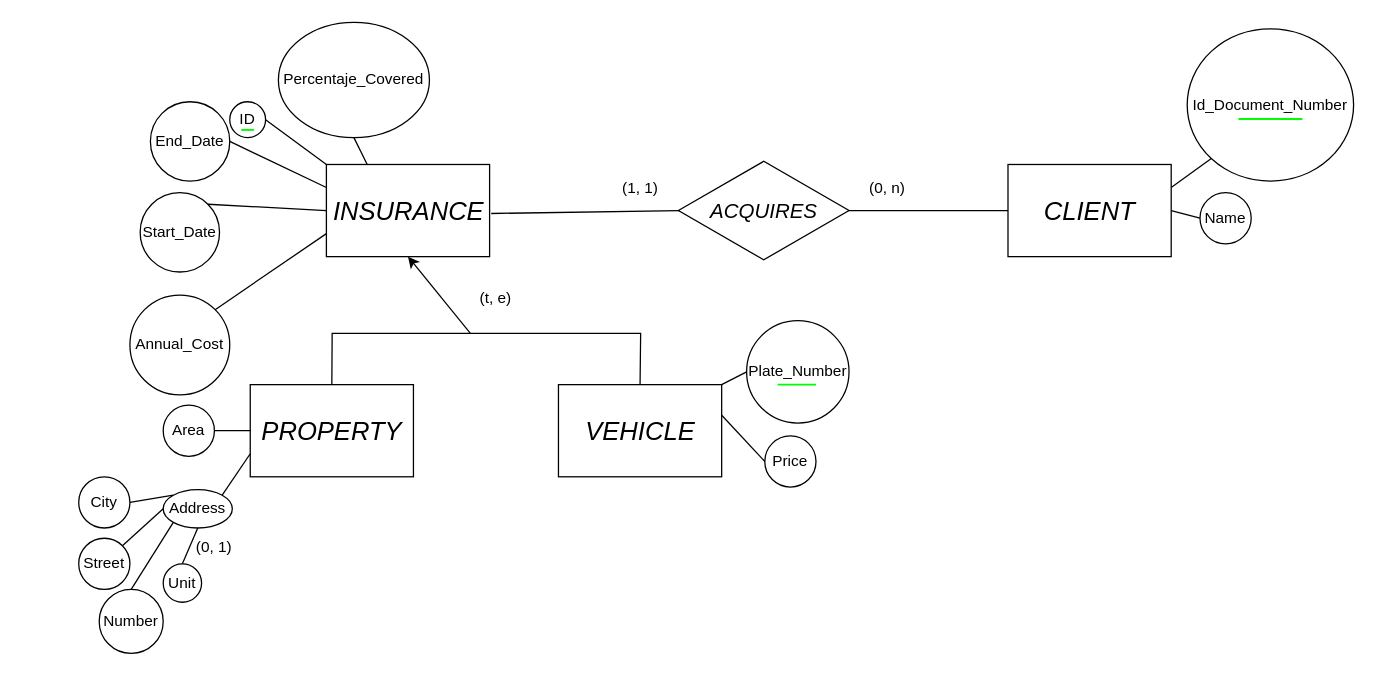
Before: Diseño de Bases de Datos Relacionales con MySQL/02 Diseño Conceptual/4to Ejercicio/Ejercicio4.drawio in D4nitrix13/DatabaseGuide, a draw.io diagram. Source tidied: cells renumbered, new cells numbered last; positions are measured from the earlier drawing's top-left corner, leaving out a move shared by most shapes. Both pictures are drawn from the tidied source at 128%, with x=0, y=0 at pixel (78, 22).
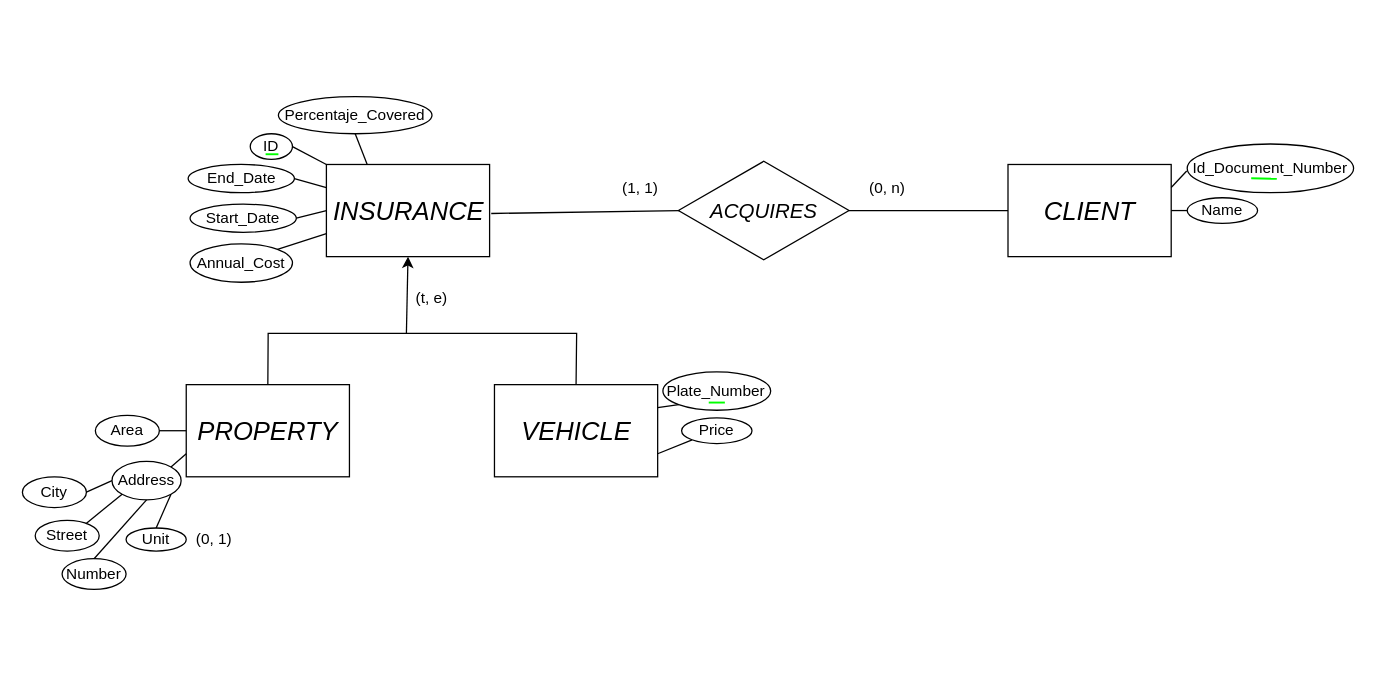
After the change.

The change refers to these unchanged cells:
```xml
<mxCell id="3" value="&lt;span style=&quot;font-size: 20px;&quot;&gt;&lt;i&gt;INSURANCE&lt;/i&gt;&lt;/span&gt;" style="rounded=0;whiteSpace=wrap;html=1;fillColor=none;align=center;" parent="1" vertex="1">
  <mxGeometry x="193.5" y="111" width="127.5" height="72" as="geometry" />
</mxCell>
<mxCell id="11" value="&lt;span style=&quot;font-size: 20px;&quot;&gt;&lt;i&gt;CLIENT&lt;/i&gt;&lt;/span&gt;" style="rounded=0;whiteSpace=wrap;html=1;fillColor=none;align=center;" parent="1" vertex="1">
  <mxGeometry x="726" y="111" width="127.5" height="72" as="geometry" />
</mxCell>
```

What changed in the source:
```diff
@@
-    <mxCell id="2" value="Id_Document_Number" style="ellipse;whiteSpace=wrap;html=1;fillColor=none;" parent="1" vertex="1">
-      <mxGeometry x="866" y="5" width="130" height="119" as="geometry" />
-    </mxCell>
+    <mxCell id="31" value="Plate_Number" style="ellipse;whiteSpace=wrap;html=1;fillColor=none;" parent="1" vertex="1">
+      <mxGeometry x="456.4" y="273" width="84.2" height="30" as="geometry" />
+    </mxCell>
@@
     <mxCell id="7" style="endArrow=none;html=1;rounded=0;strokeWidth=1.5;strokeColor=#00ff00;" parent="1" edge="1">
       <mxGeometry relative="1" as="geometry">
-        <mxPoint x="906" y="75.5" as="sourcePoint" />
-        <mxPoint x="956" y="75.5" as="targetPoint" />
+        <mxPoint x="916" y="121.8" as="sourcePoint" />
+        <mxPoint x="936" y="122.2" as="targetPoint" />
       </mxGeometry>
     </mxCell>
@@
     <mxCell id="9" style="endArrow=none;html=1;rounded=0;strokeWidth=1.5;strokeColor=#00ff00;jumpSize=6;endSize=6;" parent="1" edge="1">
       <mxGeometry relative="1" as="geometry">
-        <mxPoint x="127" y="84" as="sourcePoint" />
-        <mxPoint x="137" y="84" as="targetPoint" />
+        <mxPoint x="146" y="103" as="sourcePoint" />
+        <mxPoint x="156" y="103" as="targetPoint" />
       </mxGeometry>
     </mxCell>
-    <mxCell id="10" value="Percentaje_Covered" style="ellipse;whiteSpace=wrap;html=1;fillColor=none;" parent="1" vertex="1">
-      <mxGeometry x="156" width="118" height="90" as="geometry" />
-    </mxCell>
@@
-    <mxCell id="14" value="Name" style="ellipse;whiteSpace=wrap;html=1;fillColor=none;" parent="1" vertex="1">
-      <mxGeometry x="876" y="133" width="40" height="40" as="geometry" />
-    </mxCell>
-    <mxCell id="15" value="ID" style="ellipse;whiteSpace=wrap;html=1;fillColor=none;" parent="1" vertex="1">
-      <mxGeometry x="118" y="62" width="28" height="28" as="geometry" />
-    </mxCell>
-    <mxCell id="16" value="End_Date" style="ellipse;whiteSpace=wrap;html=1;fillColor=none;" parent="1" vertex="1">
-      <mxGeometry x="56" y="62" width="62" height="62" as="geometry" />
-    </mxCell>
-    <mxCell id="17" value="Start_Date" style="ellipse;whiteSpace=wrap;html=1;fillColor=none;" parent="1" vertex="1">
-      <mxGeometry x="48" y="133" width="62" height="62" as="geometry" />
-    </mxCell>
-    <mxCell id="18" value="Annual_Cost" style="ellipse;whiteSpace=wrap;html=1;fillColor=none;" parent="1" vertex="1">
-      <mxGeometry x="40" y="213" width="78" height="78" as="geometry" />
-    </mxCell>
-    <mxCell id="19" style="endArrow=none;html=1;rounded=0;entryX=0;entryY=1;entryDx=0;entryDy=0;exitX=1;exitY=0.25;exitDx=0;exitDy=0;" parent="1" edge="1" source="11" target="2">
+    <mxCell id="19" style="endArrow=none;html=1;rounded=0;entryX=-0.003;entryY=0.554;entryDx=0;entryDy=0;exitX=1;exitY=0.25;exitDx=0;exitDy=0;entryPerimeter=0;" parent="1" edge="1" source="11" target="2">
       <mxGeometry relative="1" as="geometry" />
     </mxCell>
@@
-    <mxCell id="21" style="endArrow=none;html=1;rounded=0;exitX=0.5;exitY=1;exitDx=0;exitDy=0;entryX=0.25;entryY=0;entryDx=0;entryDy=0;" parent="1" edge="1" source="10" target="3">
+    <mxCell id="21" style="endArrow=none;html=1;rounded=0;entryX=0.25;entryY=0;entryDx=0;entryDy=0;exitX=0.5;exitY=1;exitDx=0;exitDy=0;" parent="1" edge="1" source="10" target="3">
       <mxGeometry relative="1" as="geometry" />
     </mxCell>
@@
-    <mxCell id="24" style="endArrow=none;html=1;rounded=0;entryX=0;entryY=0.5;entryDx=0;entryDy=0;exitX=1;exitY=0;exitDx=0;exitDy=0;" parent="1" edge="1" source="17" target="3">
+    <mxCell id="24" style="endArrow=none;html=1;rounded=0;entryX=0;entryY=0.5;entryDx=0;entryDy=0;exitX=1;exitY=0.5;exitDx=0;exitDy=0;" parent="1" edge="1" source="17" target="3">
       <mxGeometry relative="1" as="geometry" />
     </mxCell>
@@
     <mxCell id="26" value="&lt;span style=&quot;font-size: 20px;&quot;&gt;&lt;i&gt;PROPERTY&lt;/i&gt;&lt;/span&gt;" style="rounded=0;whiteSpace=wrap;html=1;fillColor=none;align=center;" parent="1" vertex="1">
-      <mxGeometry x="134" y="283" width="127.5" height="72" as="geometry" />
+      <mxGeometry x="84" y="283" width="127.5" height="72" as="geometry" />
     </mxCell>
     <mxCell id="27" value="&lt;span style=&quot;font-size: 20px;&quot;&gt;&lt;i&gt;VEHICLE&lt;/i&gt;&lt;/span&gt;" style="rounded=0;whiteSpace=wrap;html=1;fillColor=none;align=center;" parent="1" vertex="1">
-      <mxGeometry x="374.8" y="283" width="127.5" height="72" as="geometry" />
+      <mxGeometry x="324.8" y="283" width="127.5" height="72" as="geometry" />
     </mxCell>
     <mxCell id="28" style="endArrow=none;html=1;rounded=0;exitX=0.5;exitY=0;exitDx=0;exitDy=0;entryX=0.5;entryY=0;entryDx=0;entryDy=0;" parent="1" edge="1" source="26" target="27">
       <mxGeometry relative="1" as="geometry">
         <Array as="points">
-          <mxPoint x="198" y="243" />
-          <mxPoint x="439" y="243" />
+          <mxPoint x="148" y="243" />
+          <mxPoint x="389" y="243" />
         </Array>
       </mxGeometry>
     </mxCell>
     <mxCell id="29" style="endArrow=classic;html=1;rounded=0;entryX=0.5;entryY=1;entryDx=0;entryDy=0;" parent="1" edge="1" target="3">
       <mxGeometry relative="1" as="geometry">
-        <mxPoint x="306" y="243" as="sourcePoint" />
+        <mxPoint x="256" y="243" as="sourcePoint" />
       </mxGeometry>
     </mxCell>
-    <mxCell id="30" value="Price" style="ellipse;whiteSpace=wrap;html=1;fillColor=none;" parent="1" vertex="1">
-      <mxGeometry x="536" y="323" width="40" height="40" as="geometry" />
-    </mxCell>
-    <mxCell id="31" value="Plate_Number" style="ellipse;whiteSpace=wrap;html=1;fillColor=none;" parent="1" vertex="1">
-      <mxGeometry x="521.8" y="233" width="80" height="80" as="geometry" />
-    </mxCell>
-    <mxCell id="32" style="endArrow=none;html=1;rounded=0;exitX=1;exitY=0;exitDx=0;exitDy=0;entryX=0;entryY=0.5;entryDx=0;entryDy=0;" parent="1" edge="1" source="27" target="31">
+    <mxCell id="32" style="endArrow=none;html=1;rounded=0;entryX=0;entryY=1;entryDx=0;entryDy=0;exitX=1;exitY=0.25;exitDx=0;exitDy=0;" parent="1" edge="1" source="27" target="31">
       <mxGeometry relative="1" as="geometry" />
     </mxCell>
-    <mxCell id="33" style="endArrow=none;html=1;rounded=0;exitX=0.999;exitY=0.329;exitDx=0;exitDy=0;entryX=0;entryY=0.5;entryDx=0;entryDy=0;exitPerimeter=0;" parent="1" edge="1" source="27" target="30">
+    <mxCell id="33" style="endArrow=none;html=1;rounded=0;exitX=1;exitY=0.75;exitDx=0;exitDy=0;entryX=0;entryY=1;entryDx=0;entryDy=0;" parent="1" edge="1" source="27" target="30">
       <mxGeometry relative="1" as="geometry" />
     </mxCell>
     <mxCell id="34" style="endArrow=none;html=1;rounded=0;strokeWidth=1.5;strokeColor=#00ff00;" parent="1" edge="1">
       <mxGeometry relative="1" as="geometry">
-        <mxPoint x="546" y="283" as="sourcePoint" />
-        <mxPoint x="576" y="283" as="targetPoint" />
+        <mxPoint x="492.2" y="297" as="sourcePoint" />
+        <mxPoint x="504.8" y="297" as="targetPoint" />
       </mxGeometry>
     </mxCell>
-    <mxCell id="35" value="Area" style="ellipse;whiteSpace=wrap;html=1;fillColor=none;" parent="1" vertex="1">
-      <mxGeometry x="66" y="299" width="40" height="40" as="geometry" />
-    </mxCell>
     <mxCell id="36" value="Address" style="ellipse;whiteSpace=wrap;html=1;fillColor=none;" parent="1" vertex="1">
-      <mxGeometry x="66" y="365" width="54" height="30" as="geometry" />
+      <mxGeometry x="26" y="343" width="54" height="30" as="geometry" />
     </mxCell>
-    <mxCell id="37" value="City" style="ellipse;whiteSpace=wrap;html=1;fillColor=none;" parent="1" vertex="1">
-      <mxGeometry y="355" width="40" height="40" as="geometry" />
-    </mxCell>
-    <mxCell id="38" value="Street" style="ellipse;whiteSpace=wrap;html=1;fillColor=none;" parent="1" vertex="1">
-      <mxGeometry y="403" width="40" height="40" as="geometry" />
-    </mxCell>
-    <mxCell id="39" value="Number" style="ellipse;whiteSpace=wrap;html=1;fillColor=none;" parent="1" vertex="1">
-      <mxGeometry x="16" y="443" width="50" height="50" as="geometry" />
-    </mxCell>
-    <mxCell id="40" value="Unit" style="ellipse;whiteSpace=wrap;html=1;fillColor=none;" parent="1" vertex="1">
-      <mxGeometry x="66" y="423" width="30" height="30" as="geometry" />
-    </mxCell>
@@
-    <mxCell id="43" style="endArrow=none;html=1;rounded=0;exitX=1;exitY=0.5;exitDx=0;exitDy=0;entryX=0;entryY=0;entryDx=0;entryDy=0;" parent="1" edge="1" source="37" target="36">
+    <mxCell id="43" style="endArrow=none;html=1;rounded=0;entryX=0;entryY=0.5;entryDx=0;entryDy=0;exitX=1;exitY=0.5;exitDx=0;exitDy=0;" parent="1" edge="1" source="37" target="36">
       <mxGeometry relative="1" as="geometry" />
     </mxCell>
-    <mxCell id="44" style="endArrow=none;html=1;rounded=0;exitX=1;exitY=0;exitDx=0;exitDy=0;entryX=0;entryY=0.5;entryDx=0;entryDy=0;" parent="1" edge="1" source="38" target="36">
+    <mxCell id="44" style="endArrow=none;html=1;rounded=0;exitX=0.792;exitY=0.108;exitDx=0;exitDy=0;entryX=0;entryY=1;entryDx=0;entryDy=0;exitPerimeter=0;" parent="1" edge="1" source="38" target="36">
       <mxGeometry relative="1" as="geometry" />
     </mxCell>
-    <mxCell id="45" style="endArrow=none;html=1;rounded=0;exitX=0.5;exitY=0;exitDx=0;exitDy=0;entryX=0;entryY=1;entryDx=0;entryDy=0;" parent="1" edge="1" source="39" target="36">
+    <mxCell id="45" style="endArrow=none;html=1;rounded=0;exitX=0.5;exitY=0;exitDx=0;exitDy=0;entryX=0.5;entryY=1;entryDx=0;entryDy=0;" parent="1" edge="1" source="39" target="36">
       <mxGeometry relative="1" as="geometry" />
     </mxCell>
-    <mxCell id="46" style="endArrow=none;html=1;rounded=0;exitX=0.5;exitY=0;exitDx=0;exitDy=0;entryX=0.5;entryY=1;entryDx=0;entryDy=0;" parent="1" edge="1" source="40" target="36">
+    <mxCell id="46" style="endArrow=none;html=1;rounded=0;exitX=0.5;exitY=0;exitDx=0;exitDy=0;entryX=1;entryY=1;entryDx=0;entryDy=0;" parent="1" edge="1" source="40" target="36">
       <mxGeometry relative="1" as="geometry" />
     </mxCell>
     <mxCell id="47" value="(0, 1)" style="text;html=1;align=center;verticalAlign=middle;whiteSpace=wrap;rounded=0;" parent="1" vertex="1">
-      <mxGeometry x="76" y="395" width="60" height="30" as="geometry" />
+      <mxGeometry x="76" y="389" width="60" height="30" as="geometry" />
     </mxCell>
     <mxCell id="48" value="(t, e)" style="text;html=1;align=center;verticalAlign=middle;whiteSpace=wrap;rounded=0;" parent="1" vertex="1">
-      <mxGeometry x="296" y="201" width="60" height="30" as="geometry" />
+      <mxGeometry x="246" y="201" width="60" height="30" as="geometry" />
     </mxCell>
+    <mxCell id="40" value="Unit" style="ellipse;whiteSpace=wrap;html=1;fillColor=none;" parent="1" vertex="1">
+      <mxGeometry x="37" y="395" width="47" height="18" as="geometry" />
+    </mxCell>
+    <mxCell id="39" value="Number" style="ellipse;whiteSpace=wrap;html=1;fillColor=none;" parent="1" vertex="1">
+      <mxGeometry x="-13" y="419" width="50" height="24" as="geometry" />
+    </mxCell>
+    <mxCell id="38" value="Street" style="ellipse;whiteSpace=wrap;html=1;fillColor=none;" parent="1" vertex="1">
+      <mxGeometry x="-34" y="389" width="50" height="24" as="geometry" />
+    </mxCell>
+    <mxCell id="37" value="City" style="ellipse;whiteSpace=wrap;html=1;fillColor=none;" parent="1" vertex="1">
+      <mxGeometry x="-44" y="355" width="50" height="24" as="geometry" />
+    </mxCell>
+    <mxCell id="35" value="Area" style="ellipse;whiteSpace=wrap;html=1;fillColor=none;" parent="1" vertex="1">
+      <mxGeometry x="13" y="307" width="50" height="24" as="geometry" />
+    </mxCell>
+    <mxCell id="18" value="Annual_Cost" style="ellipse;whiteSpace=wrap;html=1;fillColor=none;" parent="1" vertex="1">
+      <mxGeometry x="87" y="173" width="80" height="30" as="geometry" />
+    </mxCell>
+    <mxCell id="17" value="Start_Date" style="ellipse;whiteSpace=wrap;html=1;fillColor=none;" parent="1" vertex="1">
+      <mxGeometry x="87" y="142" width="83" height="22" as="geometry" />
+    </mxCell>
+    <mxCell id="16" value="End_Date" style="ellipse;whiteSpace=wrap;html=1;fillColor=none;" parent="1" vertex="1">
+      <mxGeometry x="85.5" y="111" width="83" height="22" as="geometry" />
+    </mxCell>
+    <mxCell id="15" value="ID" style="ellipse;whiteSpace=wrap;html=1;fillColor=none;" parent="1" vertex="1">
+      <mxGeometry x="134" y="87" width="33" height="20" as="geometry" />
+    </mxCell>
+    <mxCell id="10" value="Percentaje_Covered" style="ellipse;whiteSpace=wrap;html=1;fillColor=none;" parent="1" vertex="1">
+      <mxGeometry x="156" y="58" width="120" height="29" as="geometry" />
+    </mxCell>
+    <mxCell id="30" value="Price" style="ellipse;whiteSpace=wrap;html=1;fillColor=none;" parent="1" vertex="1">
+      <mxGeometry x="471" y="309" width="55" height="20" as="geometry" />
+    </mxCell>
+    <mxCell id="14" value="Name" style="ellipse;whiteSpace=wrap;html=1;fillColor=none;" parent="1" vertex="1">
+      <mxGeometry x="866" y="137" width="55" height="20" as="geometry" />
+    </mxCell>
+    <mxCell id="2" value="Id_Document_Number" style="ellipse;whiteSpace=wrap;html=1;fillColor=none;" parent="1" vertex="1">
+      <mxGeometry x="866" y="95" width="130" height="38" as="geometry" />
+    </mxCell>
```
